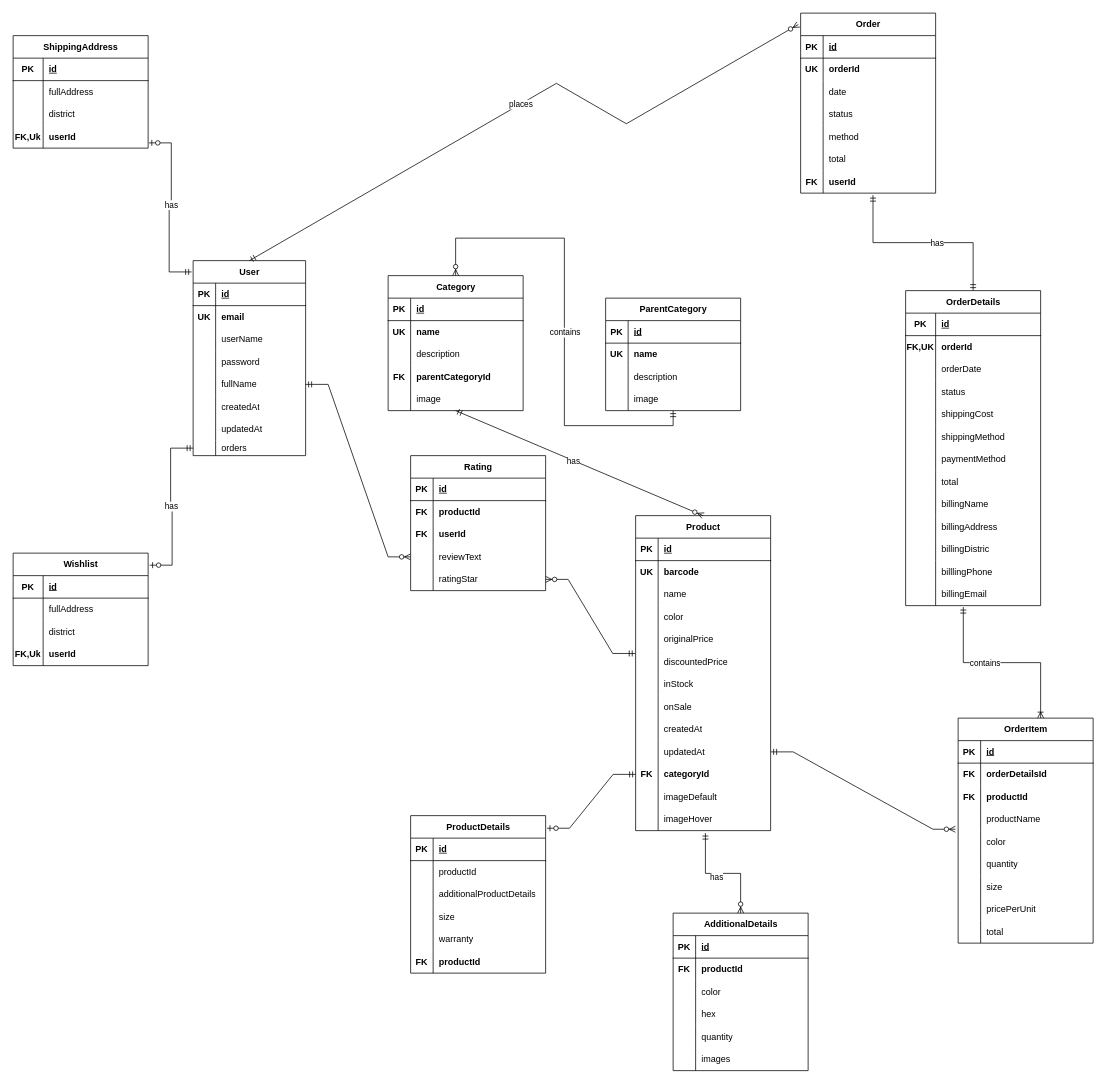
The draw.io diagram Untitled Diagram.drawio in RadifTajwar/tithi-khalamoni, before the edit. Source tidied: cells renumbered, new cells numbered last; positions are measured from the earlier drawing's top-left corner, leaving out a move shared by most shapes. Both pictures are drawn from the tidied source at 75%, with x=0, y=0 at pixel (13, 13).
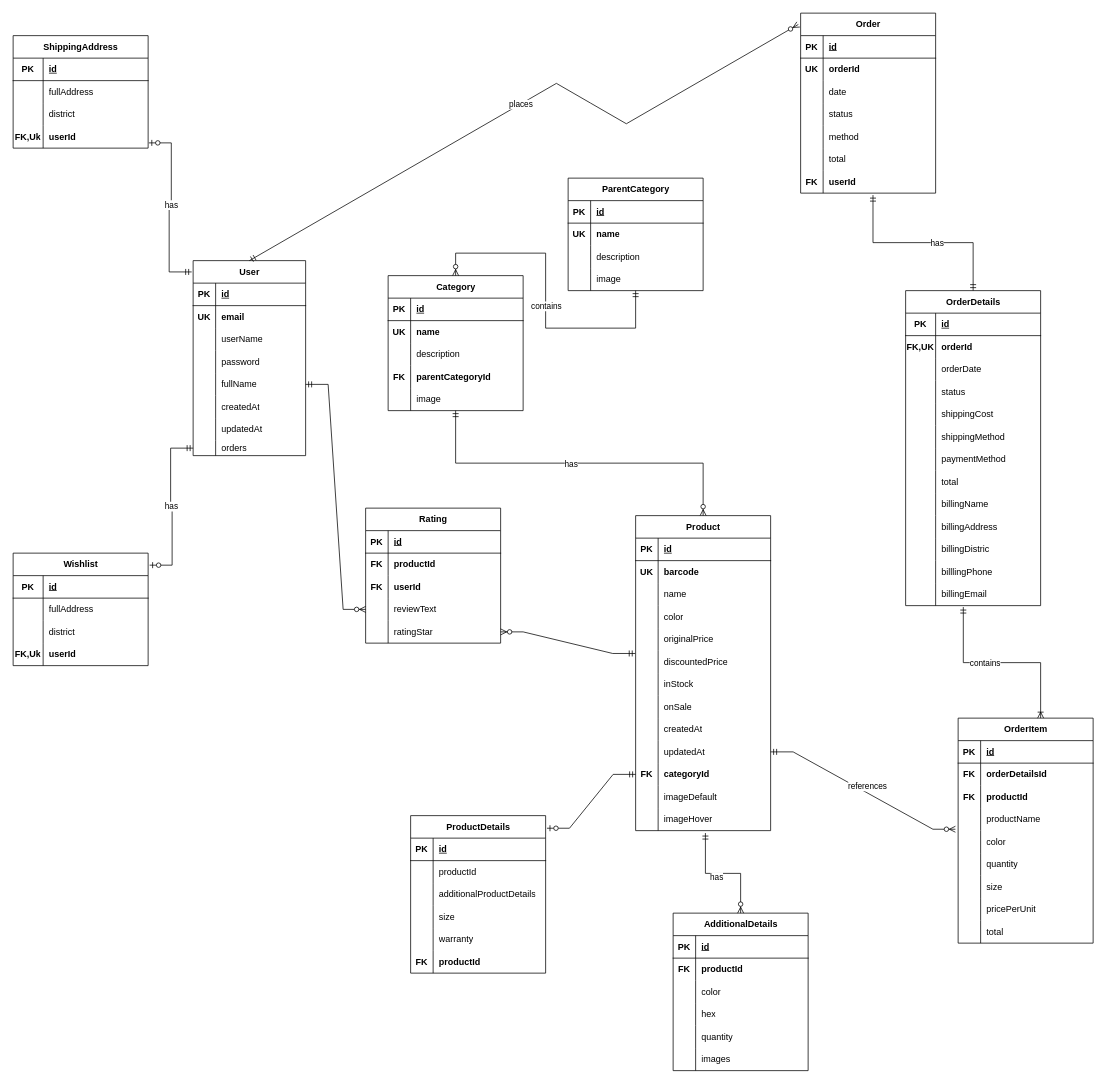
The same diagram, later.

Unchanged cells that the change refers to:
```xml
<mxCell id="91" style="shape=tableRow;horizontal=0;startSize=0;swimlaneHead=0;swimlaneBody=0;fillColor=none;points=[[0,0.5],[1,0.5]];portConstraint=eastwest;top=0;left=0;right=0;bottom=0;" parent="81" vertex="1">
  <mxGeometry y="120" width="180" height="30" as="geometry" />
</mxCell>
<mxCell id="94" value="Category" style="shape=table;startSize=30;childLayout=tableLayout;rowLines=0;fontStyle=1;align=center;html=1;" parent="1" vertex="1">
  <mxGeometry x="500" y="350" width="180" height="180" as="geometry" />
</mxCell>
<mxCell id="112" value="Product" style="shape=table;startSize=30;childLayout=tableLayout;rowLines=0;fontStyle=1;align=center;html=1;" parent="1" vertex="1">
  <mxGeometry x="830" y="670" width="180" height="420" as="geometry" />
</mxCell>
<mxCell id="285" style="edgeStyle=entityRelationEdgeStyle;fontSize=12;html=1;endArrow=ERzeroToMany;startArrow=ERmandOne;rounded=0;exitX=1;exitY=0.5;exitDx=0;exitDy=0;entryX=-0.02;entryY=-0.062;entryDx=0;entryDy=0;entryPerimeter=0;" parent="1" edge="1" source="140" target="268">
  <mxGeometry relative="1" as="geometry" />
</mxCell>
```

Change to the diagram source:
```diff
@@
     <mxCell id="81" value="ParentCategory" style="shape=table;startSize=30;childLayout=tableLayout;rowLines=0;fontStyle=1;align=center;html=1;" parent="1" vertex="1">
-      <mxGeometry x="790" y="380" width="180" height="150" as="geometry" />
+      <mxGeometry x="740" y="220" width="180" height="150" as="geometry" />
     </mxCell>
@@
     <mxCell id="110" style="fontSize=12;html=1;endArrow=ERzeroToMany;startArrow=ERmandOne;rounded=0;entryX=0.5;entryY=0;entryDx=0;entryDy=0;exitX=0.5;exitY=1;exitDx=0;exitDy=0;exitPerimeter=0;edgeStyle=orthogonalEdgeStyle;elbow=vertical;" parent="1" edge="1" source="91" target="94">
       <mxGeometry relative="1" as="geometry">
         <Array as="points">
-          <mxPoint x="880" y="550" />
-          <mxPoint x="735" y="550" />
-          <mxPoint x="735" y="300" />
-          <mxPoint x="590" y="300" />
+          <mxPoint x="830" y="420" />
+          <mxPoint x="710" y="420" />
+          <mxPoint x="710" y="320" />
+          <mxPoint x="590" y="320" />
         </Array>
       </mxGeometry>
     </mxCell>
@@
-    <mxCell id="152" style="fontSize=12;html=1;endArrow=ERzeroToMany;startArrow=ERmandOne;rounded=0;exitX=0.5;exitY=1;exitDx=0;exitDy=0;entryX=0.5;entryY=0;entryDx=0;entryDy=0;" parent="1" edge="1" source="94" target="112">
+    <mxCell id="152" style="fontSize=12;html=1;endArrow=ERzeroToMany;startArrow=ERmandOne;rounded=0;exitX=0.5;exitY=1;exitDx=0;exitDy=0;entryX=0.5;entryY=0;entryDx=0;entryDy=0;edgeStyle=elbowEdgeStyle;elbow=vertical;" parent="1" edge="1" source="94" target="112">
       <mxGeometry relative="1" as="geometry" />
     </mxCell>
@@
     <mxCell id="175" value="Rating" style="shape=table;startSize=30;childLayout=tableLayout;rowLines=0;fontStyle=1;align=center;html=1;" parent="1" vertex="1">
-      <mxGeometry x="530" y="590" width="180" height="180" as="geometry" />
+      <mxGeometry x="470" y="660" width="180" height="180" as="geometry" />
     </mxCell>
@@
+    <mxCell id="286" value="references" style="edgeLabel;html=1;align=center;verticalAlign=middle;" parent="285" vertex="1">
+      <mxGeometry x="0.01" y="8" relative="1" as="geometry" />
+    </mxCell>
```
